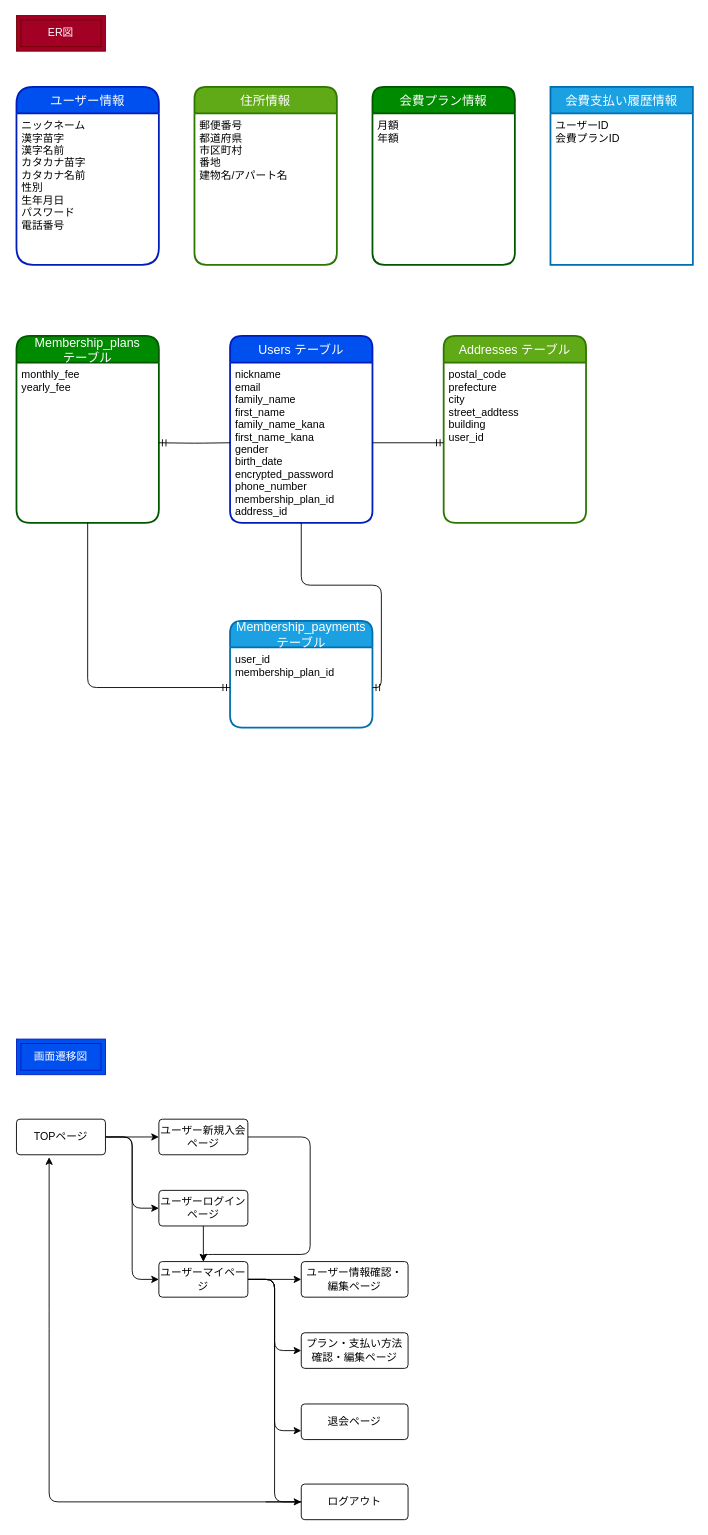
ta-design2021/fanclub keeps this draw.io diagram as er.dio. Above is the earlier version. Source tidied: cells renumbered, new cells numbered last; positions are measured from the earlier drawing's top-left corner, leaving out a move shared by most shapes. Both pictures are drawn from the tidied source at 89%, with x=0, y=0 at pixel (16, 15).
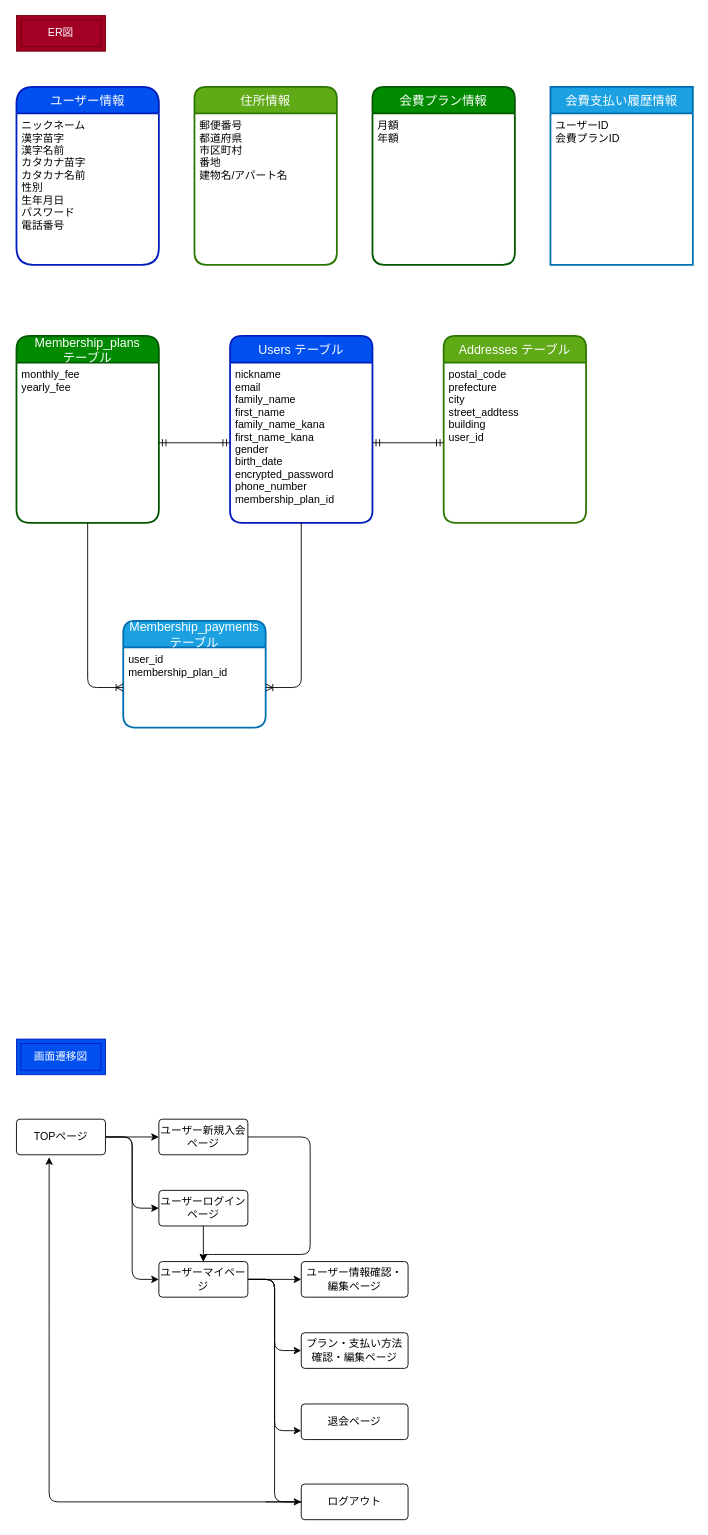
After the change.

Unchanged cells that the change refers to:
```xml
<mxCell id="10" value="Users テーブル" style="swimlane;horizontal=1;startSize=30;rounded=1;fontSize=14;fontStyle=0;strokeWidth=2;shadow=0;dashed=0;align=center;fillColor=#0050ef;fontColor=#ffffff;strokeColor=#001DBC;" parent="1" vertex="1">
  <mxGeometry x="240" y="360" width="160" height="210" as="geometry" />
</mxCell>
<mxCell id="13" value="postal_code&#10;prefecture&#10;city&#10;street_addtess&#10;building&#10;user_id&#10;" style="align=left;strokeColor=none;fillColor=none;spacingLeft=4;fontSize=12;verticalAlign=top;" parent="12" vertex="1">
  <mxGeometry y="30" width="160" height="180" as="geometry" />
</mxCell>
<mxCell id="15" value="monthly_fee&#10;yearly_fee" style="align=left;strokeColor=none;fillColor=none;spacingLeft=4;fontSize=12;verticalAlign=top;" parent="14" vertex="1">
  <mxGeometry y="30" width="160" height="180" as="geometry" />
</mxCell>
<mxCell id="17" value="user_id&#10;membership_plan_id" style="align=left;strokeColor=none;fillColor=none;spacingLeft=4;fontSize=12;verticalAlign=top;" parent="16" vertex="1">
  <mxGeometry y="30" width="160" height="90" as="geometry" />
</mxCell>
```

Diff of the diagram source:
```diff
@@
-    <mxCell id="11" value="nickname&#10;email&#10;family_name&#10;first_name&#10;family_name_kana&#10;first_name_kana&#10;gender&#10;birth_date&#10;encrypted_password&#10;phone_number&#10;membership_plan_id&#10;address_id" style="align=left;strokeColor=none;fillColor=none;spacingLeft=4;fontSize=12;verticalAlign=top;" parent="10" vertex="1">
+    <mxCell id="11" value="nickname&#10;email&#10;family_name&#10;first_name&#10;family_name_kana&#10;first_name_kana&#10;gender&#10;birth_date&#10;encrypted_password&#10;phone_number&#10;membership_plan_id" style="align=left;strokeColor=none;fillColor=none;spacingLeft=4;fontSize=12;verticalAlign=top;" parent="10" vertex="1">
       <mxGeometry y="30" width="160" height="180" as="geometry" />
     </mxCell>
@@
     <mxCell id="16" value="Membership_payments &#10;テーブル" style="swimlane;horizontal=1;startSize=30;rounded=1;fontSize=14;fontStyle=0;strokeWidth=2;shadow=0;dashed=0;align=center;fillColor=#1ba1e2;fontColor=#ffffff;strokeColor=#006EAF;" parent="1" vertex="1">
-      <mxGeometry x="240" y="680" width="160" height="120" as="geometry" />
+      <mxGeometry x="120" y="680" width="160" height="120" as="geometry" />
     </mxCell>
@@
-    <mxCell id="32" style="edgeStyle=orthogonalEdgeStyle;fontSize=12;html=1;endArrow=ERmandOne;exitX=0.5;exitY=1;exitDx=0;exitDy=0;entryX=1;entryY=0.5;entryDx=0;entryDy=0;" parent="1" edge="1" source="11" target="17">
-      <mxGeometry relative="1" as="geometry" />
-    </mxCell>
@@
-    <mxCell id="40" style="edgeStyle=orthogonalEdgeStyle;fontSize=12;html=1;endArrow=ERmandOne;exitX=1;exitY=0.5;exitDx=0;exitDy=0;entryX=0;entryY=0.5;entryDx=0;entryDy=0;" parent="1" edge="1" source="11" target="13">
-      <mxGeometry relative="1" as="geometry" />
-    </mxCell>
-    <mxCell id="41" style="edgeStyle=orthogonalEdgeStyle;fontSize=12;html=1;endArrow=ERmandOne;entryX=1;entryY=0.5;entryDx=0;entryDy=0;" parent="1" edge="1" target="15">
-      <mxGeometry relative="1" as="geometry">
-        <mxPoint x="240" y="480" as="sourcePoint" />
-      </mxGeometry>
-    </mxCell>
+    <mxCell id="43" style="edgeStyle=entityRelationEdgeStyle;fontSize=12;html=1;endArrow=ERmandOne;startArrow=ERmandOne;entryX=0;entryY=0.5;entryDx=0;entryDy=0;" parent="1" edge="1" target="13">
+      <mxGeometry relative="1" as="geometry">
+        <mxPoint x="400" y="480" as="sourcePoint" />
+      </mxGeometry>
+    </mxCell>
-    <mxCell id="42" style="edgeStyle=orthogonalEdgeStyle;fontSize=12;html=1;endArrow=ERmandOne;exitX=0.5;exitY=1;exitDx=0;exitDy=0;entryX=0;entryY=0.5;entryDx=0;entryDy=0;" parent="1" edge="1" source="15" target="17">
-      <mxGeometry relative="1" as="geometry" />
+    <mxCell id="42" style="edgeStyle=elbowEdgeStyle;fontSize=12;html=1;endArrow=ERoneToMany;exitX=0.5;exitY=1;exitDx=0;exitDy=0;entryX=0;entryY=0.5;entryDx=0;entryDy=0;" parent="1" edge="1" source="15" target="17">
+      <mxGeometry relative="1" as="geometry">
+        <Array as="points">
+          <mxPoint x="80" y="660" />
+        </Array>
+      </mxGeometry>
     </mxCell>
+    <mxCell id="32" style="edgeStyle=elbowEdgeStyle;fontSize=12;html=1;endArrow=ERoneToMany;exitX=0.5;exitY=1;exitDx=0;exitDy=0;entryX=1;entryY=0.5;entryDx=0;entryDy=0;" parent="1" edge="1" source="11" target="17">
+      <mxGeometry relative="1" as="geometry">
+        <Array as="points">
+          <mxPoint x="320" y="680" />
+        </Array>
+      </mxGeometry>
+    </mxCell>
+    <mxCell id="44" style="edgeStyle=entityRelationEdgeStyle;fontSize=12;html=1;endArrow=ERmandOne;startArrow=ERmandOne;entryX=0;entryY=0.5;entryDx=0;entryDy=0;" parent="1" edge="1">
+      <mxGeometry relative="1" as="geometry">
+        <mxPoint x="160" y="480" as="sourcePoint" />
+        <mxPoint x="240" y="480" as="targetPoint" />
+      </mxGeometry>
+    </mxCell>
```
